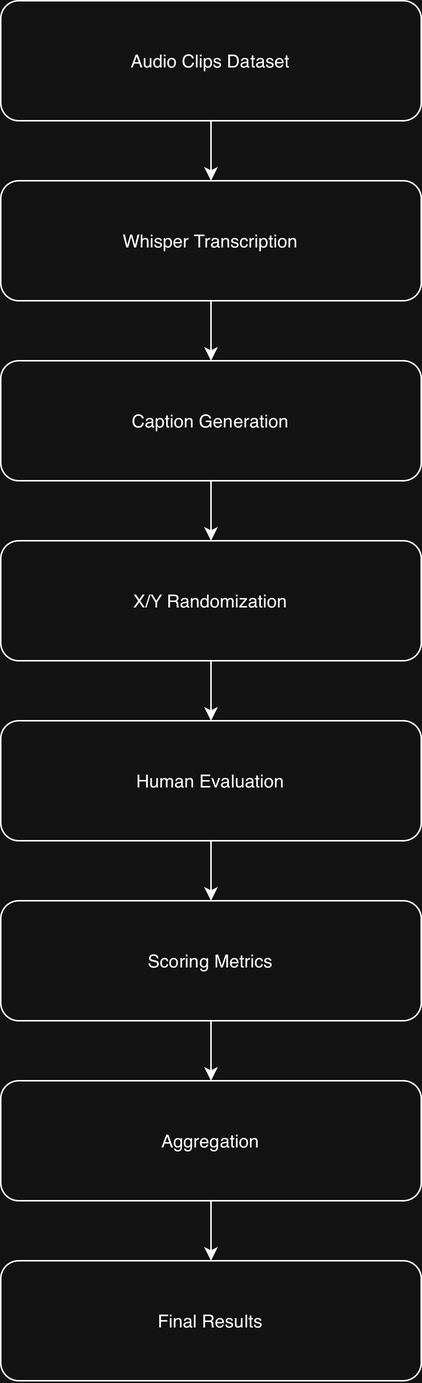
Earlier version of the draw.io export docs/evaluation_diagram.png (vamsisandilya/A-Comparative-Study-of-Transcript-Only-and-Structured-Caption-Generation). Source tidied: cells renumbered, new cells last; positions are measured from the earlier drawing's top-left corner, leaving out a move shared by most shapes. The source it was exported from:
```xml
<mxGraphModel>
  <root>
    <mxCell id="0" />
    <mxCell id="1" parent="0" />
    <mxCell id="2" style="rounded=1;whiteSpace=wrap;html=1;" parent="1" vertex="1">
      <mxGeometry width="280" height="80" as="geometry" />
    </mxCell>
    <mxCell id="3" style="rounded=1;whiteSpace=wrap;html=1;" parent="1" vertex="1">
      <mxGeometry y="120" width="280" height="80" as="geometry" />
    </mxCell>
    <mxCell id="4" style="rounded=1;whiteSpace=wrap;html=1;" parent="1" vertex="1">
      <mxGeometry y="240" width="280" height="80" as="geometry" />
    </mxCell>
    <mxCell id="5" style="rounded=1;whiteSpace=wrap;html=1;" parent="1" vertex="1">
      <mxGeometry y="360" width="280" height="80" as="geometry" />
    </mxCell>
    <mxCell id="6" style="rounded=1;whiteSpace=wrap;html=1;" parent="1" vertex="1">
      <mxGeometry y="480" width="280" height="80" as="geometry" />
    </mxCell>
    <mxCell id="7" style="rounded=1;whiteSpace=wrap;html=1;" parent="1" vertex="1">
      <mxGeometry y="600" width="280" height="80" as="geometry" />
    </mxCell>
    <mxCell id="8" style="rounded=1;whiteSpace=wrap;html=1;" parent="1" vertex="1">
      <mxGeometry y="720" width="280" height="80" as="geometry" />
    </mxCell>
    <mxCell id="9" style="rounded=1;whiteSpace=wrap;html=1;" parent="1" vertex="1">
      <mxGeometry y="840" width="280" height="80" as="geometry" />
    </mxCell>
    <mxCell id="10" value="Audio Clips Dataset" style="text;html=1;whiteSpace=wrap;strokeColor=none;fillColor=none;align=center;verticalAlign=middle;rounded=0;" parent="1" vertex="1">
      <mxGeometry x="10" y="25" width="260" height="30" as="geometry" />
    </mxCell>
    <mxCell id="11" value="Whisper Transcription" style="text;html=1;whiteSpace=wrap;strokeColor=none;fillColor=none;align=center;verticalAlign=middle;rounded=0;" parent="1" vertex="1">
      <mxGeometry x="10" y="145" width="260" height="30" as="geometry" />
    </mxCell>
    <mxCell id="12" value="Caption Generation" style="text;html=1;whiteSpace=wrap;strokeColor=none;fillColor=none;align=center;verticalAlign=middle;rounded=0;" parent="1" vertex="1">
      <mxGeometry x="10" y="265" width="260" height="30" as="geometry" />
    </mxCell>
    <mxCell id="13" value="X/Y Randomization" style="text;html=1;whiteSpace=wrap;strokeColor=none;fillColor=none;align=center;verticalAlign=middle;rounded=0;" parent="1" vertex="1">
      <mxGeometry x="10" y="385" width="260" height="30" as="geometry" />
    </mxCell>
    <mxCell id="14" value="Human Evaluation" style="text;html=1;whiteSpace=wrap;strokeColor=none;fillColor=none;align=center;verticalAlign=middle;rounded=0;" parent="1" vertex="1">
      <mxGeometry x="10" y="505" width="260" height="30" as="geometry" />
    </mxCell>
    <mxCell id="15" value="Scoring Metrics" style="text;html=1;whiteSpace=wrap;strokeColor=none;fillColor=none;align=center;verticalAlign=middle;rounded=0;" parent="1" vertex="1">
      <mxGeometry x="10" y="625" width="260" height="30" as="geometry" />
    </mxCell>
    <mxCell id="16" value="Aggregation" style="text;html=1;whiteSpace=wrap;strokeColor=none;fillColor=none;align=center;verticalAlign=middle;rounded=0;" parent="1" vertex="1">
      <mxGeometry x="10" y="745" width="260" height="30" as="geometry" />
    </mxCell>
    <mxCell id="17" value="Final Results" style="text;html=1;whiteSpace=wrap;strokeColor=none;fillColor=none;align=center;verticalAlign=middle;rounded=0;" parent="1" vertex="1">
      <mxGeometry x="10" y="865" width="260" height="30" as="geometry" />
    </mxCell>
    <mxCell id="18" style="endArrow=classic;html=1;rounded=0;exitX=0.5;exitY=1;exitDx=0;exitDy=0;entryX=0.5;entryY=0;entryDx=0;entryDy=0;" parent="1" edge="1" source="2" target="3">
      <mxGeometry relative="1" as="geometry" />
    </mxCell>
    <mxCell id="19" style="endArrow=classic;html=1;rounded=0;exitX=0.5;exitY=1;exitDx=0;exitDy=0;entryX=0.5;entryY=0;entryDx=0;entryDy=0;" parent="1" edge="1" source="3" target="4">
      <mxGeometry relative="1" as="geometry" />
    </mxCell>
    <mxCell id="20" style="endArrow=classic;html=1;rounded=0;exitX=0.5;exitY=1;exitDx=0;exitDy=0;entryX=0.5;entryY=0;entryDx=0;entryDy=0;" parent="1" edge="1" source="4" target="5">
      <mxGeometry relative="1" as="geometry" />
    </mxCell>
    <mxCell id="21" style="endArrow=classic;html=1;rounded=0;exitX=0.5;exitY=1;exitDx=0;exitDy=0;entryX=0.5;entryY=0;entryDx=0;entryDy=0;" parent="1" edge="1" source="5" target="6">
      <mxGeometry relative="1" as="geometry" />
    </mxCell>
    <mxCell id="22" style="endArrow=classic;html=1;rounded=0;exitX=0.5;exitY=1;exitDx=0;exitDy=0;entryX=0.5;entryY=0;entryDx=0;entryDy=0;" parent="1" edge="1" source="6" target="7">
      <mxGeometry relative="1" as="geometry" />
    </mxCell>
    <mxCell id="23" style="endArrow=classic;html=1;rounded=0;exitX=0.5;exitY=1;exitDx=0;exitDy=0;entryX=0.5;entryY=0;entryDx=0;entryDy=0;" parent="1" edge="1" source="7" target="8">
      <mxGeometry relative="1" as="geometry" />
    </mxCell>
    <mxCell id="24" style="endArrow=classic;html=1;rounded=0;exitX=0.5;exitY=1;exitDx=0;exitDy=0;entryX=0.5;entryY=0;entryDx=0;entryDy=0;" parent="1" edge="1" source="8" target="9">
      <mxGeometry relative="1" as="geometry" />
    </mxCell>
  </root>
</mxGraphModel>
```
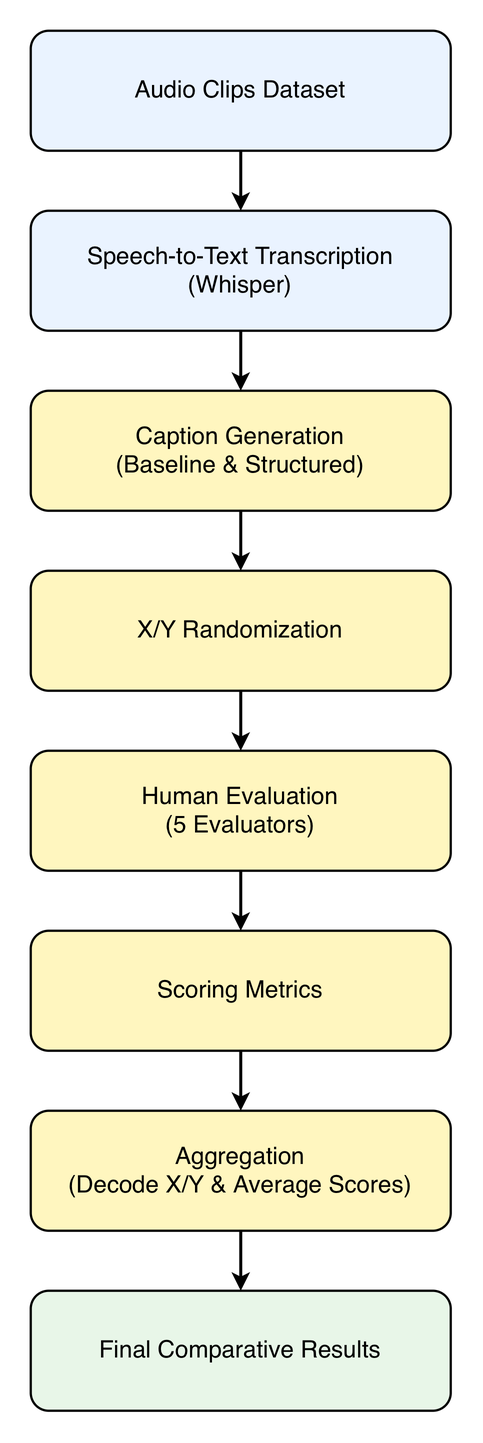
Later version of the same file.

Commit message:
final design evalution diagram

What changed in the source:
```diff
@@ -1,74 +1,74 @@
-<mxGraphModel>
+<mxGraphModel background="light-dark(#FFFFFF,#FFFFFF)">
   <root>
     <mxCell id="0" />
     <mxCell id="1" parent="0" />
-    <mxCell id="2" style="rounded=1;whiteSpace=wrap;html=1;" parent="1" vertex="1">
+    <mxCell id="2" style="rounded=1;whiteSpace=wrap;html=1;labelBackgroundColor=light-dark(#FFF6BF,#FFF6BF);fillColor=light-dark(#EAF3FF,#EAF3FF);strokeColor=light-dark(#000000,#5B84C4);strokeWidth=1.5;" parent="1" vertex="1">
       <mxGeometry width="280" height="80" as="geometry" />
     </mxCell>
-    <mxCell id="3" style="rounded=1;whiteSpace=wrap;html=1;" parent="1" vertex="1">
+    <mxCell id="3" style="rounded=1;whiteSpace=wrap;html=1;fillColor=light-dark(#EAF3FF,#EAF3FF);strokeColor=light-dark(#000000,#5B84C4);strokeWidth=1.5;" parent="1" vertex="1">
       <mxGeometry y="120" width="280" height="80" as="geometry" />
     </mxCell>
-    <mxCell id="4" style="rounded=1;whiteSpace=wrap;html=1;" parent="1" vertex="1">
+    <mxCell id="4" style="rounded=1;whiteSpace=wrap;html=1;fillColor=light-dark(#FFF6BF,#FFF6BF);strokeColor=light-dark(#000000,#B59A2A);strokeWidth=1.5;" parent="1" vertex="1">
       <mxGeometry y="240" width="280" height="80" as="geometry" />
     </mxCell>
-    <mxCell id="5" style="rounded=1;whiteSpace=wrap;html=1;" parent="1" vertex="1">
+    <mxCell id="5" style="rounded=1;whiteSpace=wrap;html=1;fillColor=light-dark(#FFF6BF,#FFF6BF);strokeColor=light-dark(#000000,#B59A2A);strokeWidth=1.5;" parent="1" vertex="1">
       <mxGeometry y="360" width="280" height="80" as="geometry" />
     </mxCell>
-    <mxCell id="6" style="rounded=1;whiteSpace=wrap;html=1;" parent="1" vertex="1">
+    <mxCell id="6" style="rounded=1;whiteSpace=wrap;html=1;fillColor=light-dark(#FFF6BF,#FFF6BF);strokeColor=light-dark(#000000,#B59A2A);strokeWidth=1.5;" parent="1" vertex="1">
       <mxGeometry y="480" width="280" height="80" as="geometry" />
     </mxCell>
-    <mxCell id="7" style="rounded=1;whiteSpace=wrap;html=1;" parent="1" vertex="1">
+    <mxCell id="7" style="rounded=1;whiteSpace=wrap;html=1;fillColor=light-dark(#FFF6BF,#FFF6BF);strokeColor=light-dark(#000000,#B59A2A);strokeWidth=1.5;" parent="1" vertex="1">
       <mxGeometry y="600" width="280" height="80" as="geometry" />
     </mxCell>
-    <mxCell id="8" style="rounded=1;whiteSpace=wrap;html=1;" parent="1" vertex="1">
+    <mxCell id="8" style="rounded=1;whiteSpace=wrap;html=1;fillColor=light-dark(#FFF6BF,#FFF6BF);strokeColor=light-dark(#000000,#B59A2A);strokeWidth=1.5;" parent="1" vertex="1">
       <mxGeometry y="720" width="280" height="80" as="geometry" />
     </mxCell>
-    <mxCell id="9" style="rounded=1;whiteSpace=wrap;html=1;" parent="1" vertex="1">
+    <mxCell id="9" style="rounded=1;whiteSpace=wrap;html=1;fillColor=light-dark(#E8F6E8,#E8F6E8);strokeColor=light-dark(#000000,#5E9B5E);strokeWidth=1.5;" parent="1" vertex="1">
       <mxGeometry y="840" width="280" height="80" as="geometry" />
     </mxCell>
-    <mxCell id="10" value="Audio Clips Dataset" style="text;html=1;whiteSpace=wrap;strokeColor=none;fillColor=none;align=center;verticalAlign=middle;rounded=0;" parent="1" vertex="1">
-      <mxGeometry x="10" y="25" width="260" height="30" as="geometry" />
+    <mxCell id="10" value="Audio Clips Dataset" style="text;html=1;whiteSpace=wrap;strokeColor=none;fillColor=none;align=center;verticalAlign=middle;rounded=0;fontSize=16;fontColor=light-dark(#000000,#000000);" parent="1" vertex="1">
+      <mxGeometry x="10" y="10" width="260" height="60" as="geometry" />
     </mxCell>
-    <mxCell id="11" value="Whisper Transcription" style="text;html=1;whiteSpace=wrap;strokeColor=none;fillColor=none;align=center;verticalAlign=middle;rounded=0;" parent="1" vertex="1">
-      <mxGeometry x="10" y="145" width="260" height="30" as="geometry" />
+    <mxCell id="11" value="Speech-to-Text Transcription&lt;div&gt;(Whisper)&lt;/div&gt;" style="text;html=1;whiteSpace=wrap;strokeColor=none;fillColor=none;align=center;verticalAlign=middle;rounded=0;fontSize=16;fontColor=light-dark(#000000,#000000);" parent="1" vertex="1">
+      <mxGeometry x="10" y="130" width="260" height="60" as="geometry" />
     </mxCell>
-    <mxCell id="12" value="Caption Generation" style="text;html=1;whiteSpace=wrap;strokeColor=none;fillColor=none;align=center;verticalAlign=middle;rounded=0;" parent="1" vertex="1">
-      <mxGeometry x="10" y="265" width="260" height="30" as="geometry" />
+    <mxCell id="12" value="Caption Generation&lt;div&gt;(Baseline &amp;amp; Structured)&lt;/div&gt;" style="text;html=1;whiteSpace=wrap;strokeColor=none;fillColor=none;align=center;verticalAlign=middle;rounded=0;fontSize=16;fontColor=light-dark(#000000,#000000);" parent="1" vertex="1">
+      <mxGeometry x="10" y="250" width="260" height="60" as="geometry" />
     </mxCell>
-    <mxCell id="13" value="X/Y Randomization" style="text;html=1;whiteSpace=wrap;strokeColor=none;fillColor=none;align=center;verticalAlign=middle;rounded=0;" parent="1" vertex="1">
-      <mxGeometry x="10" y="385" width="260" height="30" as="geometry" />
+    <mxCell id="13" value="X/Y Randomization" style="text;html=1;whiteSpace=wrap;strokeColor=none;fillColor=none;align=center;verticalAlign=middle;rounded=0;fontSize=16;fontColor=light-dark(#000000,#000000);" parent="1" vertex="1">
+      <mxGeometry x="10" y="370" width="260" height="60" as="geometry" />
     </mxCell>
-    <mxCell id="14" value="Human Evaluation" style="text;html=1;whiteSpace=wrap;strokeColor=none;fillColor=none;align=center;verticalAlign=middle;rounded=0;" parent="1" vertex="1">
-      <mxGeometry x="10" y="505" width="260" height="30" as="geometry" />
+    <mxCell id="14" value="Human Evaluation&lt;div&gt;(5 Evaluators)&lt;/div&gt;" style="text;html=1;whiteSpace=wrap;strokeColor=none;fillColor=none;align=center;verticalAlign=middle;rounded=0;fontSize=16;fontColor=light-dark(#000000,#000000);" parent="1" vertex="1">
+      <mxGeometry x="10" y="490" width="260" height="60" as="geometry" />
     </mxCell>
-    <mxCell id="15" value="Scoring Metrics" style="text;html=1;whiteSpace=wrap;strokeColor=none;fillColor=none;align=center;verticalAlign=middle;rounded=0;" parent="1" vertex="1">
-      <mxGeometry x="10" y="625" width="260" height="30" as="geometry" />
+    <mxCell id="15" value="Scoring Metrics" style="text;html=1;whiteSpace=wrap;strokeColor=none;fillColor=none;align=center;verticalAlign=middle;rounded=0;fontSize=16;fontColor=light-dark(#000000,#000000);" parent="1" vertex="1">
+      <mxGeometry x="10" y="610" width="260" height="60" as="geometry" />
     </mxCell>
-    <mxCell id="16" value="Aggregation" style="text;html=1;whiteSpace=wrap;strokeColor=none;fillColor=none;align=center;verticalAlign=middle;rounded=0;" parent="1" vertex="1">
-      <mxGeometry x="10" y="745" width="260" height="30" as="geometry" />
+    <mxCell id="16" value="Aggregation&lt;div&gt;(Decode X/Y &amp;amp; Average Scores)&lt;/div&gt;" style="text;html=1;whiteSpace=wrap;strokeColor=none;fillColor=none;align=center;verticalAlign=middle;rounded=0;fontSize=16;fontColor=light-dark(#000000,#000000);" parent="1" vertex="1">
+      <mxGeometry x="10" y="730" width="260" height="60" as="geometry" />
     </mxCell>
-    <mxCell id="17" value="Final Results" style="text;html=1;whiteSpace=wrap;strokeColor=none;fillColor=none;align=center;verticalAlign=middle;rounded=0;" parent="1" vertex="1">
-      <mxGeometry x="10" y="865" width="260" height="30" as="geometry" />
+    <mxCell id="17" value="Final Comparative Results" style="text;html=1;whiteSpace=wrap;strokeColor=none;fillColor=none;align=center;verticalAlign=middle;rounded=0;fontSize=16;fontColor=light-dark(#000000,#000000);" parent="1" vertex="1">
+      <mxGeometry x="10" y="850" width="260" height="60" as="geometry" />
     </mxCell>
-    <mxCell id="18" style="endArrow=classic;html=1;rounded=0;exitX=0.5;exitY=1;exitDx=0;exitDy=0;entryX=0.5;entryY=0;entryDx=0;entryDy=0;" parent="1" edge="1" source="2" target="3">
+    <mxCell id="18" style="endArrow=classic;html=1;rounded=0;exitX=0.5;exitY=1;exitDx=0;exitDy=0;entryX=0.5;entryY=0;entryDx=0;entryDy=0;strokeColor=light-dark(#000000,#000000);strokeWidth=2;" parent="1" edge="1" source="2" target="3">
       <mxGeometry relative="1" as="geometry" />
     </mxCell>
-    <mxCell id="19" style="endArrow=classic;html=1;rounded=0;exitX=0.5;exitY=1;exitDx=0;exitDy=0;entryX=0.5;entryY=0;entryDx=0;entryDy=0;" parent="1" edge="1" source="3" target="4">
+    <mxCell id="19" style="endArrow=classic;html=1;rounded=0;exitX=0.5;exitY=1;exitDx=0;exitDy=0;entryX=0.5;entryY=0;entryDx=0;entryDy=0;strokeColor=light-dark(#000000,#000000);strokeWidth=2;" parent="1" edge="1" source="3" target="4">
       <mxGeometry relative="1" as="geometry" />
     </mxCell>
-    <mxCell id="20" style="endArrow=classic;html=1;rounded=0;exitX=0.5;exitY=1;exitDx=0;exitDy=0;entryX=0.5;entryY=0;entryDx=0;entryDy=0;" parent="1" edge="1" source="4" target="5">
+    <mxCell id="20" style="endArrow=classic;html=1;rounded=0;exitX=0.5;exitY=1;exitDx=0;exitDy=0;entryX=0.5;entryY=0;entryDx=0;entryDy=0;strokeColor=light-dark(#000000,#000000);strokeWidth=2;" parent="1" edge="1" source="4" target="5">
       <mxGeometry relative="1" as="geometry" />
     </mxCell>
-    <mxCell id="21" style="endArrow=classic;html=1;rounded=0;exitX=0.5;exitY=1;exitDx=0;exitDy=0;entryX=0.5;entryY=0;entryDx=0;entryDy=0;" parent="1" edge="1" source="5" target="6">
+    <mxCell id="21" style="endArrow=classic;html=1;rounded=0;exitX=0.5;exitY=1;exitDx=0;exitDy=0;entryX=0.5;entryY=0;entryDx=0;entryDy=0;strokeColor=light-dark(#000000,#000000);strokeWidth=2;" parent="1" edge="1" source="5" target="6">
       <mxGeometry relative="1" as="geometry" />
     </mxCell>
-    <mxCell id="22" style="endArrow=classic;html=1;rounded=0;exitX=0.5;exitY=1;exitDx=0;exitDy=0;entryX=0.5;entryY=0;entryDx=0;entryDy=0;" parent="1" edge="1" source="6" target="7">
+    <mxCell id="22" style="endArrow=classic;html=1;rounded=0;exitX=0.5;exitY=1;exitDx=0;exitDy=0;entryX=0.5;entryY=0;entryDx=0;entryDy=0;strokeColor=light-dark(#000000,#000000);strokeWidth=2;" parent="1" edge="1" source="6" target="7">
       <mxGeometry relative="1" as="geometry" />
     </mxCell>
-    <mxCell id="23" style="endArrow=classic;html=1;rounded=0;exitX=0.5;exitY=1;exitDx=0;exitDy=0;entryX=0.5;entryY=0;entryDx=0;entryDy=0;" parent="1" edge="1" source="7" target="8">
+    <mxCell id="23" style="endArrow=classic;html=1;rounded=0;exitX=0.5;exitY=1;exitDx=0;exitDy=0;entryX=0.5;entryY=0;entryDx=0;entryDy=0;strokeColor=light-dark(#000000,#000000);strokeWidth=2;" parent="1" edge="1" source="7" target="8">
       <mxGeometry relative="1" as="geometry" />
     </mxCell>
-    <mxCell id="24" style="endArrow=classic;html=1;rounded=0;exitX=0.5;exitY=1;exitDx=0;exitDy=0;entryX=0.5;entryY=0;entryDx=0;entryDy=0;" parent="1" edge="1" source="8" target="9">
+    <mxCell id="24" style="endArrow=classic;html=1;rounded=0;exitX=0.5;exitY=1;exitDx=0;exitDy=0;entryX=0.5;entryY=0;entryDx=0;entryDy=0;strokeColor=light-dark(#000000,#000000);strokeWidth=2;" parent="1" edge="1" source="8" target="9">
       <mxGeometry relative="1" as="geometry" />
     </mxCell>
   </root>
```
